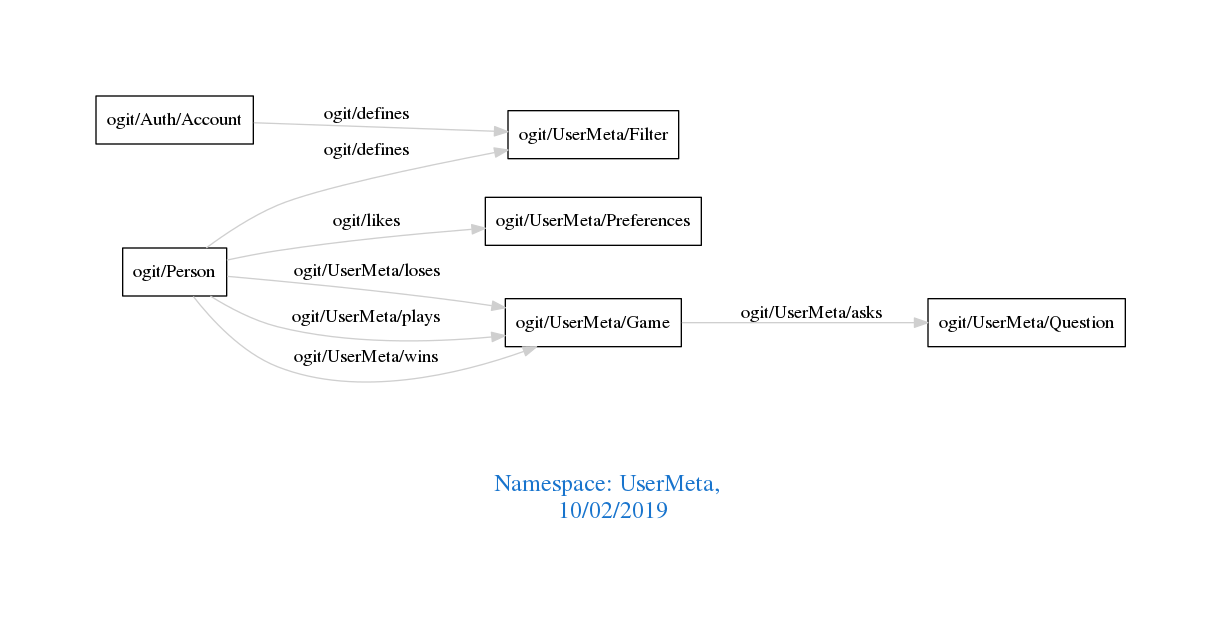
arago/OGIT keeps this Graphviz diagram as downloads/UserMeta.png. Above is the earlier version. Its source is kept beside it as downloads/UserMeta.dot.
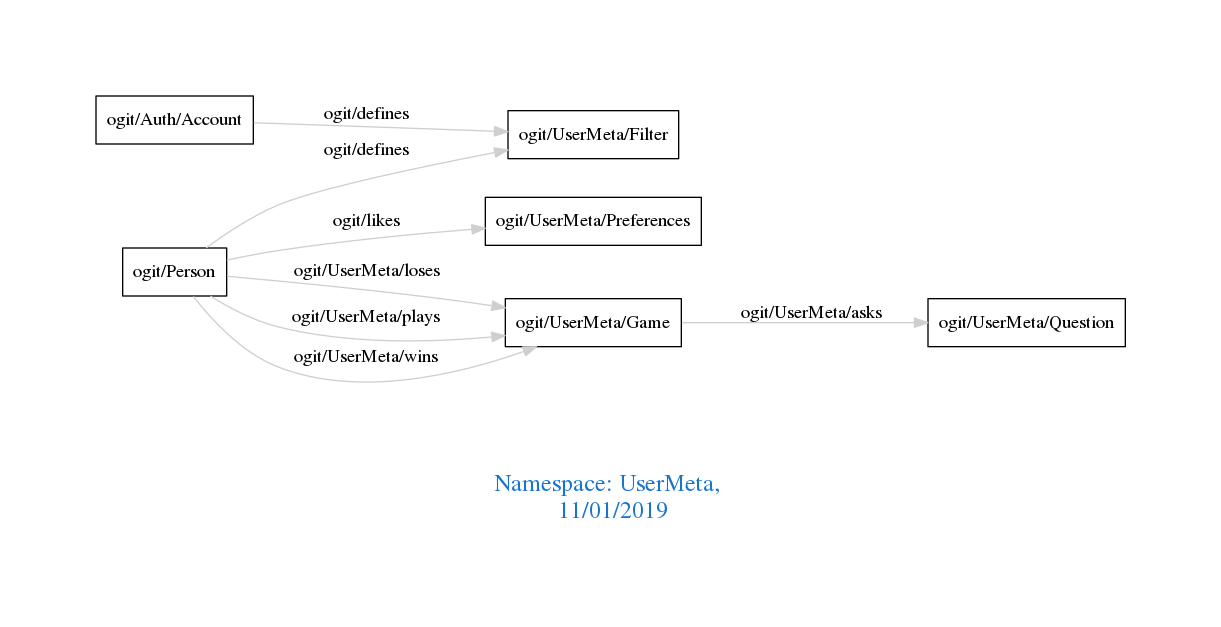
Above is the later version.

Change to the diagram source:
```diff
@@ -1,7 +1,7 @@
 digraph OGIT_ontology {
  graph [ rankdir= LR,pad=1
 fontsize = 18,
-fontcolor= dodgerblue3,label = "\n\n\nNamespace: UserMeta, \n 10/02/2019"];
+fontcolor= dodgerblue3,label = "\n\n\nNamespace: UserMeta, \n 11/01/2019"];
 node[shape=polygon];
 edge [  color="gray81"];
 
```
